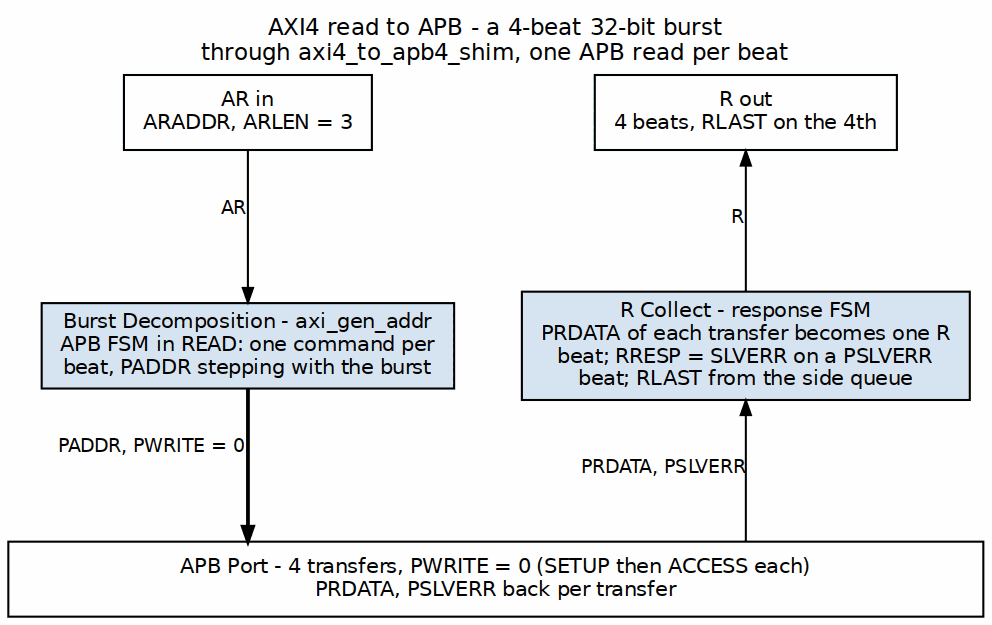
This is projects/components/fabric-gen-ip/bridge/docs/bridge_mas/assets/graphviz/axi4_to_apb4_read.png from sean-galloway/RTLDesignSherpa, a Graphviz export, as it was before one commit. Its source is kept beside it as projects/components/fabric-gen-ip/bridge/docs/bridge_mas/assets/graphviz/axi4_to_apb4_read.dot. Source of this version:
```dot
digraph axi4_to_apb4_read {
    graph [rankdir=TB, bgcolor="white", fontname="Helvetica", fontsize=11,
           nodesep="0.45", ranksep="0.95", splines=ortho, labelloc=t,
           label="AXI4 read to APB - a 4-beat 32-bit burst\nthrough axi4_to_apb4_shim, one APB read per beat"];
    node  [fontname="Helvetica", fontsize=10, shape=box, style=filled,
           fillcolor="#D6E4F0", color="black", margin="0.12,0.06"];
    edge  [fontname="Helvetica", fontsize=9, color="black", arrowsize=0.7];

    pc [label="AR in\nARADDR, ARLEN = 3", group=C, fillcolor="white"];
    pr [label="R out\n4 beats, RLAST on the 4th", group=R, fillcolor="white"];
    { rank=same; pc; pr; }
    pc -> pr [style=invis];
    bc [label="Burst Decomposition - axi_gen_addr\nAPB FSM in READ: one command per\nbeat, PADDR stepping with the burst", group=C];
    br [label="R Collect - response FSM\nPRDATA of each transfer becomes one R\nbeat; RRESP = SLVERR on a PSLVERR\nbeat; RLAST from the side queue", group=R];
    { rank=same; bc; br; }
    bc -> br [style=invis];
    bar [label="APB Port - 4 transfers, PWRITE = 0 (SETUP then ACCESS each)\nPRDATA, PSLVERR back per transfer", fillcolor="white", width=6.5];
    pc -> bc [xlabel="AR"];
    pr -> br [dir=back, xlabel="R"];
    bc -> bar [xlabel="PADDR, PWRITE = 0", penwidth=1.8];
    br -> bar [dir=back, xlabel="PRDATA, PSLVERR"];
}
```
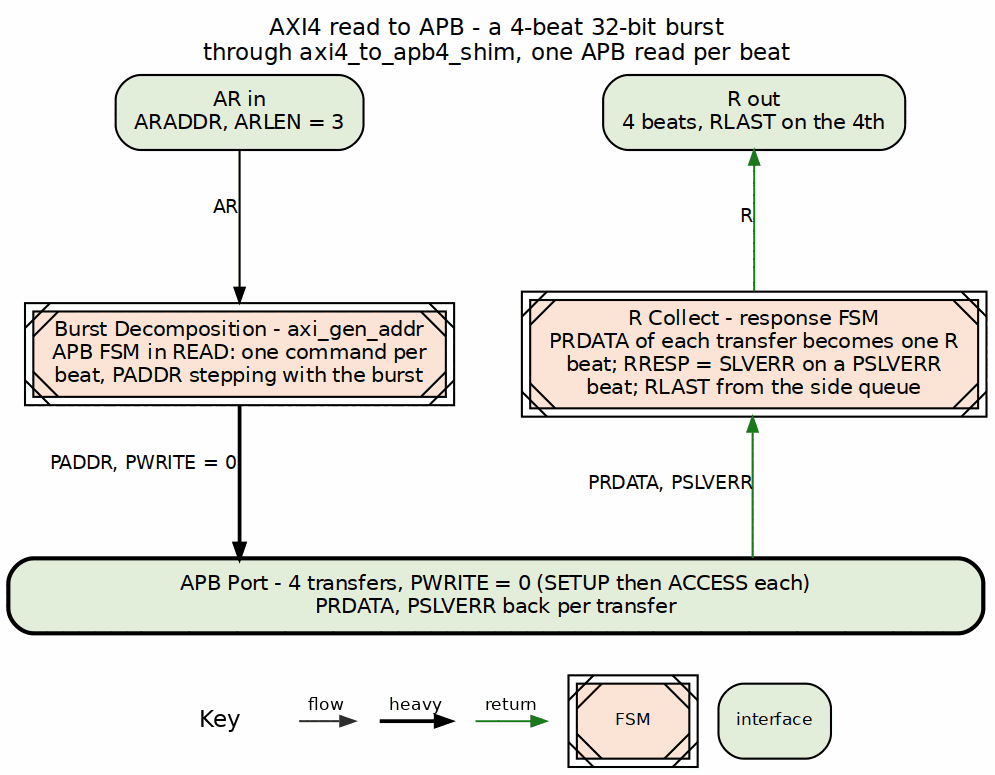
The same file after the commit.

Diff of the diagram source:
```diff
@@ -3,20 +3,20 @@
            nodesep="0.45", ranksep="0.95", splines=ortho, labelloc=t,
            label="AXI4 read to APB - a 4-beat 32-bit burst\nthrough axi4_to_apb4_shim, one APB read per beat"];
     node  [fontname="Helvetica", fontsize=10, shape=box, style=filled,
-           fillcolor="#D6E4F0", color="black", margin="0.12,0.06"];
+           fillcolor="white", color="black", margin="0.12,0.06"];
     edge  [fontname="Helvetica", fontsize=9, color="black", arrowsize=0.7];
 
-    pc [label="AR in\nARADDR, ARLEN = 3", group=C, fillcolor="white"];
-    pr [label="R out\n4 beats, RLAST on the 4th", group=R, fillcolor="white"];
+    pc [label="AR in\nARADDR, ARLEN = 3", group=C, fillcolor="white", style="rounded,filled", fillcolor="#E2EFDA"];
+    pr [label="R out\n4 beats, RLAST on the 4th", group=R, fillcolor="white", style="rounded,filled", fillcolor="#E2EFDA"];
     { rank=same; pc; pr; }
     pc -> pr [style=invis];
-    bc [label="Burst Decomposition - axi_gen_addr\nAPB FSM in READ: one command per\nbeat, PADDR stepping with the burst", group=C];
-    br [label="R Collect - response FSM\nPRDATA of each transfer becomes one R\nbeat; RRESP = SLVERR on a PSLVERR\nbeat; RLAST from the side queue", group=R];
+    bc [label="Burst Decomposition - axi_gen_addr\nAPB FSM in READ: one command per\nbeat, PADDR stepping with the burst", group=C, peripheries=2, style="filled,diagonals", fillcolor="#FCE4D6"];
+    br [label="R Collect - response FSM\nPRDATA of each transfer becomes one R\nbeat; RRESP = SLVERR on a PSLVERR\nbeat; RLAST from the side queue", group=R, peripheries=2, style="filled,diagonals", fillcolor="#FCE4D6"];
     { rank=same; bc; br; }
     bc -> br [style=invis];
-    bar [label="APB Port - 4 transfers, PWRITE = 0 (SETUP then ACCESS each)\nPRDATA, PSLVERR back per transfer", fillcolor="white", width=6.5];
+    bar [label="APB Port - 4 transfers, PWRITE = 0 (SETUP then ACCESS each)\nPRDATA, PSLVERR back per transfer", fillcolor="white", width=6.5, style="rounded,filled,bold", fillcolor="#E2EFDA"];
     pc -> bc [xlabel="AR"];
-    pr -> br [dir=back, xlabel="R"];
+    pr -> br [color="#1A7A1A", dir=back, xlabel="R"];
     bc -> bar [xlabel="PADDR, PWRITE = 0", penwidth=1.8];
-    br -> bar [dir=back, xlabel="PRDATA, PSLVERR"];
+    br -> bar [color="#1A7A1A", dir=back, xlabel="PRDATA, PSLVERR"];
 }
```
